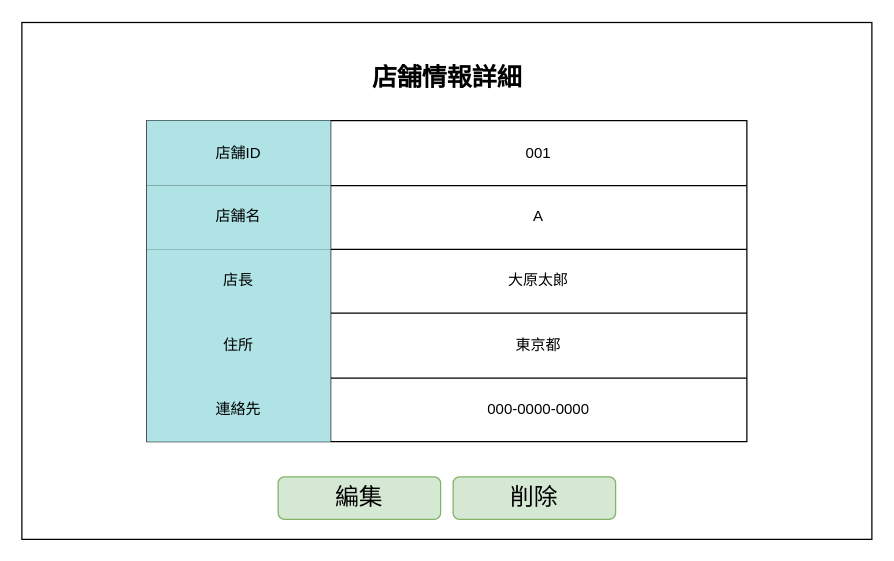
This is page "S02-03 店舗情報詳細" (3 of 4) of 各種設計書/6.画面設計書/S02_店舗マスタ.drawio from HaruShim/Sotuken, a draw.io file, before an edit. Source tidied: cells renumbered, new cells numbered last; positions are measured from the earlier drawing's top-left corner, leaving out a move shared by most shapes. Both pictures are drawn from the tidied source at 125%, with x=0, y=0 at pixel (21, 21). Pictures stored in the file or linked from it are replaced by grey dashed boxes.
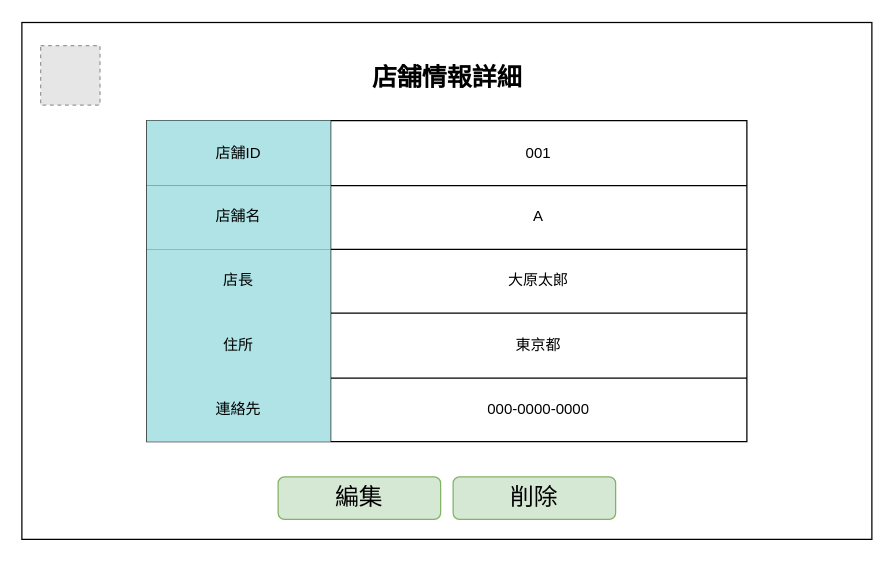
The same diagram, later.

Change to the diagram source:
```diff
@@
+    <mxCell id="22" style="fillColor=#E6E6E6;strokeColor=#999999;dashed=1;html=1;verticalAlign=top;verticalLabelPosition=bottom;labelBackgroundColor=#ffffff;" parent="1" vertex="1">
+      <mxGeometry x="15" y="19" width="47.5" height="47.5" as="geometry" />
+    </mxCell>
```
